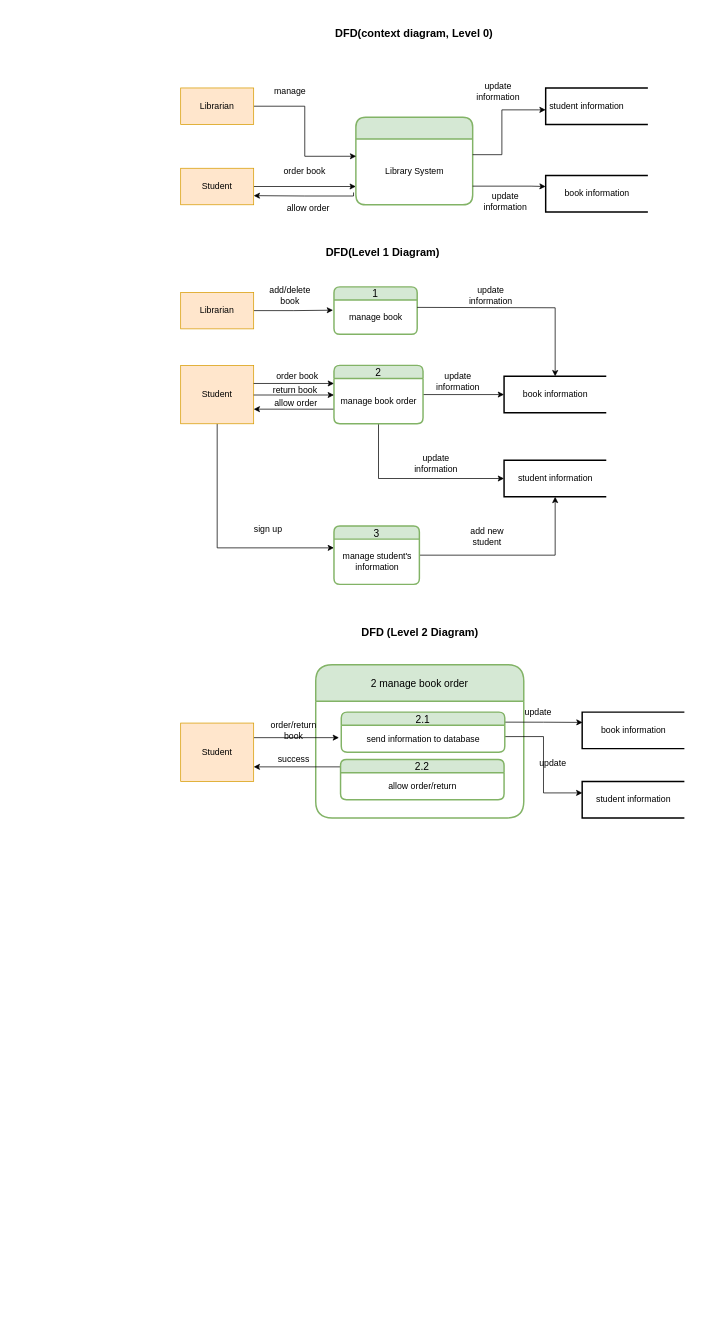
CrystalParaboy/primer keeps this draw.io diagram as Untitled Diagram.drawio. Above is the earlier version. Source tidied: cells renumbered, new cells numbered last; positions are measured from the earlier drawing's top-left corner, leaving out a move shared by most shapes. Both pictures are drawn from the tidied source at 73%, with x=0, y=0 at pixel (180, 15).
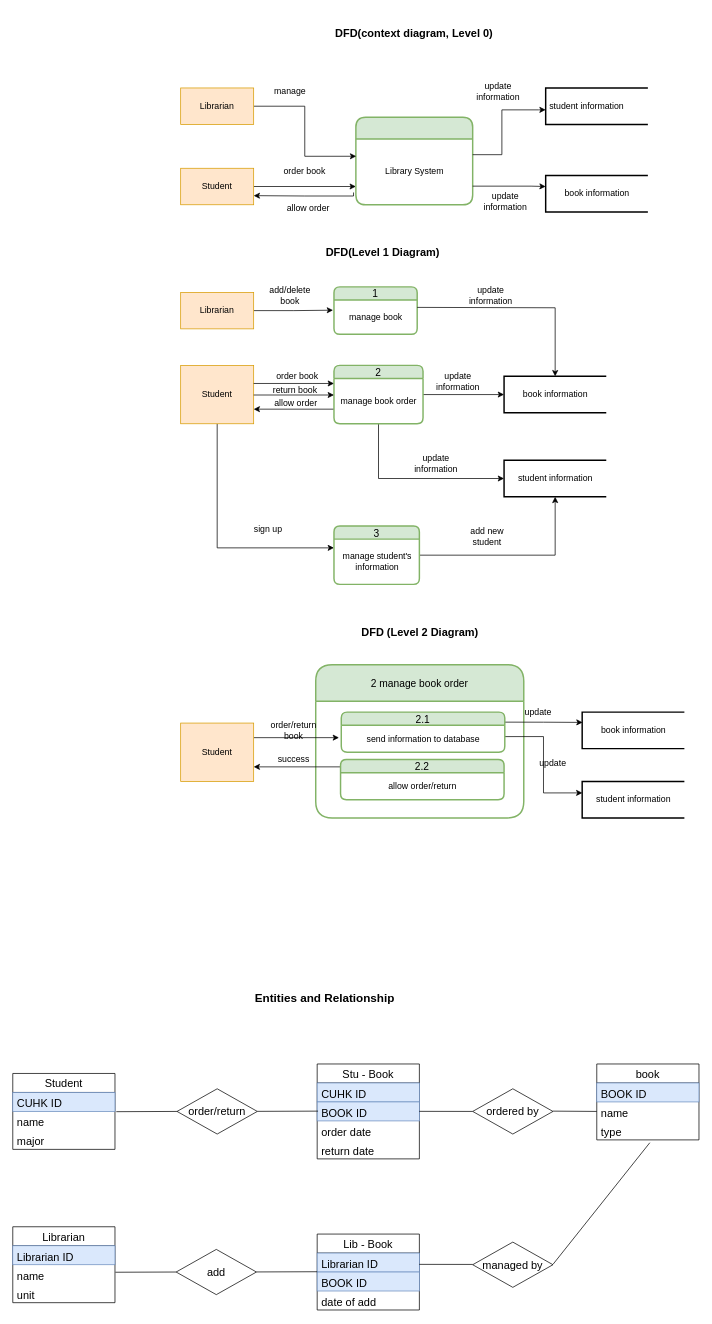
The same diagram, later.

The edit, as a diff of the source:
```diff
@@
+    <mxCell id="65" value="Student" style="swimlane;fontStyle=0;horizontal=1;startSize=26;fillColor=none;fontSize=15;" parent="1" vertex="1">
+      <mxGeometry x="-230" y="1450" width="140" height="104" as="geometry" />
+    </mxCell>
+    <mxCell id="66" value="CUHK ID" style="text;align=left;verticalAlign=top;spacingLeft=4;spacingRight=4;overflow=hidden;fontSize=15;fillColor=#dae8fc;strokeColor=#6c8ebf;" parent="65" vertex="1">
+      <mxGeometry y="26" width="140" height="26" as="geometry" />
+    </mxCell>
+    <mxCell id="67" value="name    " style="text;strokeColor=none;fillColor=none;align=left;verticalAlign=top;spacingLeft=4;spacingRight=4;overflow=hidden;points=[[0,0.5],[1,0.5]];portConstraint=eastwest;fontSize=15;" parent="65" vertex="1">
+      <mxGeometry y="52" width="140" height="26" as="geometry" />
+    </mxCell>
+    <mxCell id="68" value="major" style="text;strokeColor=none;fillColor=none;align=left;verticalAlign=top;spacingLeft=4;spacingRight=4;overflow=hidden;fontSize=15;" parent="65" vertex="1">
+      <mxGeometry y="78" width="140" height="26" as="geometry" />
+    </mxCell>
+    <mxCell id="69" value="book" style="swimlane;fontStyle=0;horizontal=1;startSize=26;fillColor=none;fontSize=15;" parent="1" vertex="1">
+      <mxGeometry x="570" y="1437" width="140" height="104" as="geometry" />
+    </mxCell>
+    <mxCell id="70" value="BOOK ID" style="text;align=left;verticalAlign=top;spacingLeft=4;spacingRight=4;overflow=hidden;fontSize=15;fillColor=#dae8fc;strokeColor=#6c8ebf;" parent="69" vertex="1">
+      <mxGeometry y="26" width="140" height="26" as="geometry" />
+    </mxCell>
+    <mxCell id="71" value="name    " style="text;strokeColor=none;fillColor=none;align=left;verticalAlign=top;spacingLeft=4;spacingRight=4;overflow=hidden;fontSize=15;" parent="69" vertex="1">
+      <mxGeometry y="52" width="140" height="26" as="geometry" />
+    </mxCell>
+    <mxCell id="72" value="type" style="text;strokeColor=none;fillColor=none;align=left;verticalAlign=top;spacingLeft=4;spacingRight=4;overflow=hidden;points=[[0,0.5],[1,0.5]];portConstraint=eastwest;fontSize=15;" parent="69" vertex="1">
+      <mxGeometry y="78" width="140" height="26" as="geometry" />
+    </mxCell>
+    <mxCell id="73" value="Librarian" style="swimlane;fontStyle=0;horizontal=1;startSize=26;fillColor=none;fontSize=15;" parent="1" vertex="1">
+      <mxGeometry x="-230" y="1660" width="140" height="104" as="geometry" />
+    </mxCell>
+    <mxCell id="74" value="Librarian ID" style="text;align=left;verticalAlign=top;spacingLeft=4;spacingRight=4;overflow=hidden;fontSize=15;fillColor=#dae8fc;strokeColor=#6c8ebf;" parent="73" vertex="1">
+      <mxGeometry y="26" width="140" height="26" as="geometry" />
+    </mxCell>
+    <mxCell id="75" value="name    " style="text;strokeColor=none;fillColor=none;align=left;verticalAlign=top;spacingLeft=4;spacingRight=4;overflow=hidden;fontSize=15;" parent="73" vertex="1">
+      <mxGeometry y="52" width="140" height="26" as="geometry" />
+    </mxCell>
+    <mxCell id="76" value="unit" style="text;strokeColor=none;fillColor=none;align=left;verticalAlign=top;spacingLeft=4;spacingRight=4;overflow=hidden;fontSize=15;" parent="73" vertex="1">
+      <mxGeometry y="78" width="140" height="26" as="geometry" />
+    </mxCell>
+    <mxCell id="77" value="Stu - Book" style="swimlane;fontStyle=0;horizontal=1;startSize=26;fillColor=none;fontSize=15;" parent="1" vertex="1">
+      <mxGeometry x="187" y="1437" width="140" height="130" as="geometry" />
+    </mxCell>
+    <mxCell id="78" value="CUHK ID" style="text;align=left;verticalAlign=top;spacingLeft=4;spacingRight=4;overflow=hidden;fontSize=15;fillColor=#dae8fc;strokeColor=#6c8ebf;" parent="77" vertex="1">
+      <mxGeometry y="26" width="140" height="26" as="geometry" />
+    </mxCell>
+    <mxCell id="79" value="BOOK ID" style="text;strokeColor=#6c8ebf;fillColor=#dae8fc;align=left;verticalAlign=top;spacingLeft=4;spacingRight=4;overflow=hidden;fontSize=15;" parent="77" vertex="1">
+      <mxGeometry y="52" width="140" height="26" as="geometry" />
+    </mxCell>
+    <mxCell id="80" value="order date" style="text;strokeColor=none;fillColor=none;align=left;verticalAlign=top;spacingLeft=4;spacingRight=4;overflow=hidden;fontSize=15;" parent="77" vertex="1">
+      <mxGeometry y="78" width="140" height="26" as="geometry" />
+    </mxCell>
+    <mxCell id="81" value="return date" style="text;strokeColor=none;fillColor=none;align=left;verticalAlign=top;spacingLeft=4;spacingRight=4;overflow=hidden;fontSize=15;" parent="77" vertex="1">
+      <mxGeometry y="104" width="140" height="26" as="geometry" />
+    </mxCell>
+    <mxCell id="82" value="Lib - Book" style="swimlane;fontStyle=0;horizontal=1;startSize=26;fillColor=none;fontSize=15;" parent="1" vertex="1">
+      <mxGeometry x="187" y="1670" width="140" height="104" as="geometry" />
+    </mxCell>
+    <mxCell id="83" value="Librarian ID" style="text;align=left;verticalAlign=top;spacingLeft=4;spacingRight=4;overflow=hidden;fontSize=15;fillColor=#dae8fc;strokeColor=#6c8ebf;" parent="82" vertex="1">
+      <mxGeometry y="26" width="140" height="26" as="geometry" />
+    </mxCell>
+    <mxCell id="84" value="BOOK ID" style="text;strokeColor=#6c8ebf;fillColor=#dae8fc;align=left;verticalAlign=top;spacingLeft=4;spacingRight=4;overflow=hidden;fontSize=15;" parent="82" vertex="1">
+      <mxGeometry y="52" width="140" height="26" as="geometry" />
+    </mxCell>
+    <mxCell id="85" value="date of add" style="text;strokeColor=none;fillColor=none;align=left;verticalAlign=top;spacingLeft=4;spacingRight=4;overflow=hidden;fontSize=15;" parent="82" vertex="1">
+      <mxGeometry y="78" width="140" height="26" as="geometry" />
+    </mxCell>
+    <mxCell id="86" value="order/return" style="rhombus;whiteSpace=wrap;html=1;fontSize=15;" parent="1" vertex="1">
+      <mxGeometry x="-5" y="1471" width="110" height="62" as="geometry" />
+    </mxCell>
+    <mxCell id="87" value="ordered by" style="rhombus;whiteSpace=wrap;html=1;fontSize=15;" parent="1" vertex="1">
+      <mxGeometry x="400" y="1471" width="110" height="62" as="geometry" />
+    </mxCell>
+    <mxCell id="88" value="managed by" style="rhombus;whiteSpace=wrap;html=1;fontSize=15;" parent="1" vertex="1">
+      <mxGeometry x="400" y="1681" width="110" height="62" as="geometry" />
+    </mxCell>
+    <mxCell id="89" style="endArrow=none;html=1;rounded=0;fontSize=15;exitX=1.013;exitY=0.013;exitDx=0;exitDy=0;exitPerimeter=0;entryX=0;entryY=0.5;entryDx=0;entryDy=0;" parent="1" edge="1" source="67" target="86">
+      <mxGeometry relative="1" as="geometry" />
+    </mxCell>
+    <mxCell id="90" style="endArrow=none;html=1;rounded=0;fontSize=15;exitX=1.013;exitY=0.013;exitDx=0;exitDy=0;exitPerimeter=0;entryX=0;entryY=0.5;entryDx=0;entryDy=0;" parent="1" edge="1">
+      <mxGeometry relative="1" as="geometry">
+        <mxPoint x="105" y="1501.9" as="sourcePoint" />
+        <mxPoint x="188.2" y="1501.6" as="targetPoint" />
+      </mxGeometry>
+    </mxCell>
+    <mxCell id="91" style="endArrow=none;html=1;rounded=0;fontSize=15;exitX=1.013;exitY=0.013;exitDx=0;exitDy=0;exitPerimeter=0;" parent="1" edge="1">
+      <mxGeometry relative="1" as="geometry">
+        <mxPoint x="326.8" y="1501.9" as="sourcePoint" />
+        <mxPoint x="400" y="1502" as="targetPoint" />
+      </mxGeometry>
+    </mxCell>
+    <mxCell id="92" style="endArrow=none;html=1;rounded=0;fontSize=15;exitX=1.013;exitY=0.013;exitDx=0;exitDy=0;exitPerimeter=0;" parent="1" edge="1">
+      <mxGeometry relative="1" as="geometry">
+        <mxPoint x="510" y="1501.6" as="sourcePoint" />
+        <mxPoint x="570" y="1502" as="targetPoint" />
+      </mxGeometry>
+    </mxCell>
+    <mxCell id="93" value="add" style="rhombus;whiteSpace=wrap;html=1;fontSize=15;" parent="1" vertex="1">
+      <mxGeometry x="-6.2" y="1691" width="110" height="62" as="geometry" />
+    </mxCell>
+    <mxCell id="94" style="endArrow=none;html=1;rounded=0;fontSize=15;exitX=1.013;exitY=0.013;exitDx=0;exitDy=0;exitPerimeter=0;entryX=0;entryY=0.5;entryDx=0;entryDy=0;" parent="1" edge="1" target="93">
+      <mxGeometry relative="1" as="geometry">
+        <mxPoint x="-89.4" y="1722.3" as="sourcePoint" />
+      </mxGeometry>
+    </mxCell>
+    <mxCell id="95" style="endArrow=none;html=1;rounded=0;fontSize=15;exitX=1.013;exitY=0.013;exitDx=0;exitDy=0;exitPerimeter=0;entryX=0;entryY=0.5;entryDx=0;entryDy=0;" parent="1" edge="1">
+      <mxGeometry relative="1" as="geometry">
+        <mxPoint x="103.8" y="1721.9" as="sourcePoint" />
+        <mxPoint x="187" y="1721.6" as="targetPoint" />
+      </mxGeometry>
+    </mxCell>
+    <mxCell id="96" style="endArrow=none;html=1;rounded=0;fontSize=15;exitX=1.013;exitY=0.013;exitDx=0;exitDy=0;exitPerimeter=0;" parent="1" edge="1">
+      <mxGeometry relative="1" as="geometry">
+        <mxPoint x="326.8" y="1711.5" as="sourcePoint" />
+        <mxPoint x="400" y="1711.6" as="targetPoint" />
+      </mxGeometry>
+    </mxCell>
+    <mxCell id="97" style="endArrow=none;html=1;rounded=0;fontSize=15;exitX=1.013;exitY=0.013;exitDx=0;exitDy=0;exitPerimeter=0;entryX=0.519;entryY=1.148;entryDx=0;entryDy=0;entryPerimeter=0;" parent="1" edge="1" target="72">
+      <mxGeometry relative="1" as="geometry">
+        <mxPoint x="510" y="1711.5" as="sourcePoint" />
+      </mxGeometry>
+    </mxCell>
+    <mxCell id="98" value="&lt;b&gt;&lt;font style=&quot;font-size: 16px;&quot;&gt;Entities and Relationship&lt;/font&gt;&lt;/b&gt;" style="text;whiteSpace=wrap;html=1;fontSize=15;" parent="1" vertex="1">
+      <mxGeometry x="100" y="1330" width="258" height="40" as="geometry" />
+    </mxCell>
```
